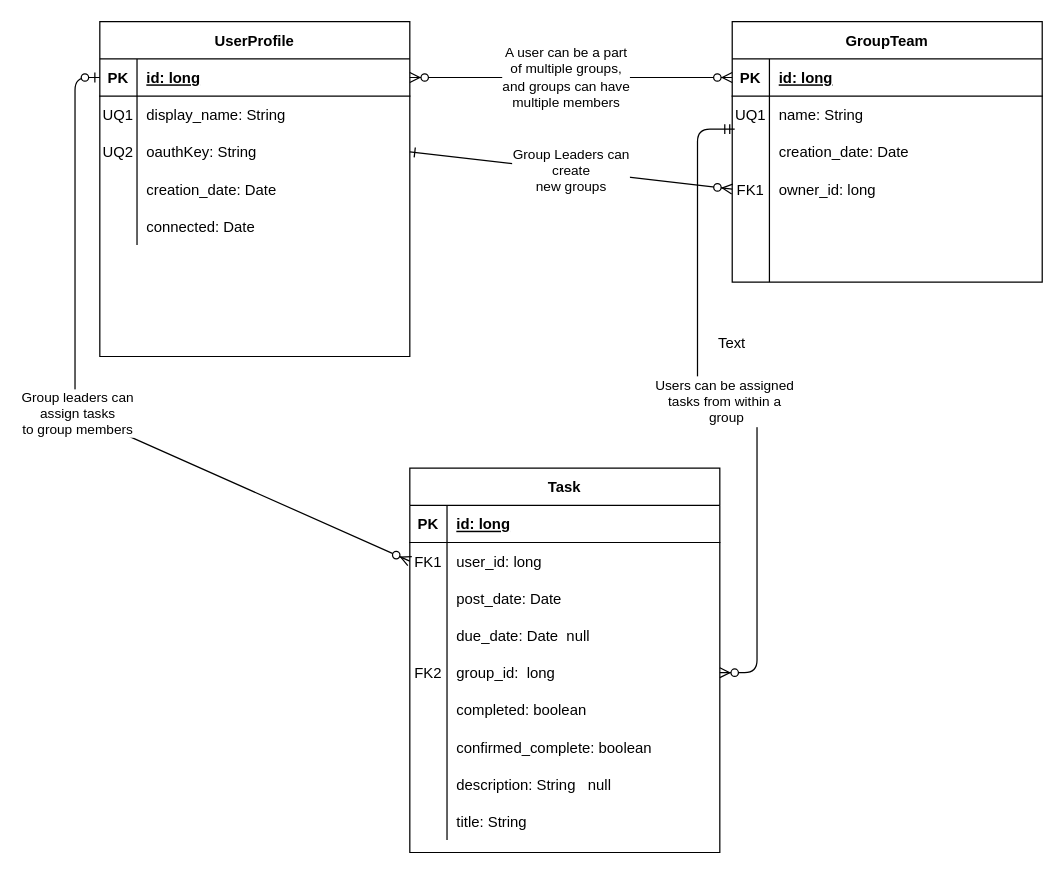
Above: docs/work/erd.drawio in team-assignments/team-assignments.github.io (draw.io), before the change. Source tidied: cells renumbered, new cells numbered last; positions are measured from the earlier drawing's top-left corner, leaving out a move shared by most shapes. Both pictures are drawn from the tidied source at 124%, with x=0, y=0 at pixel (74, 21).
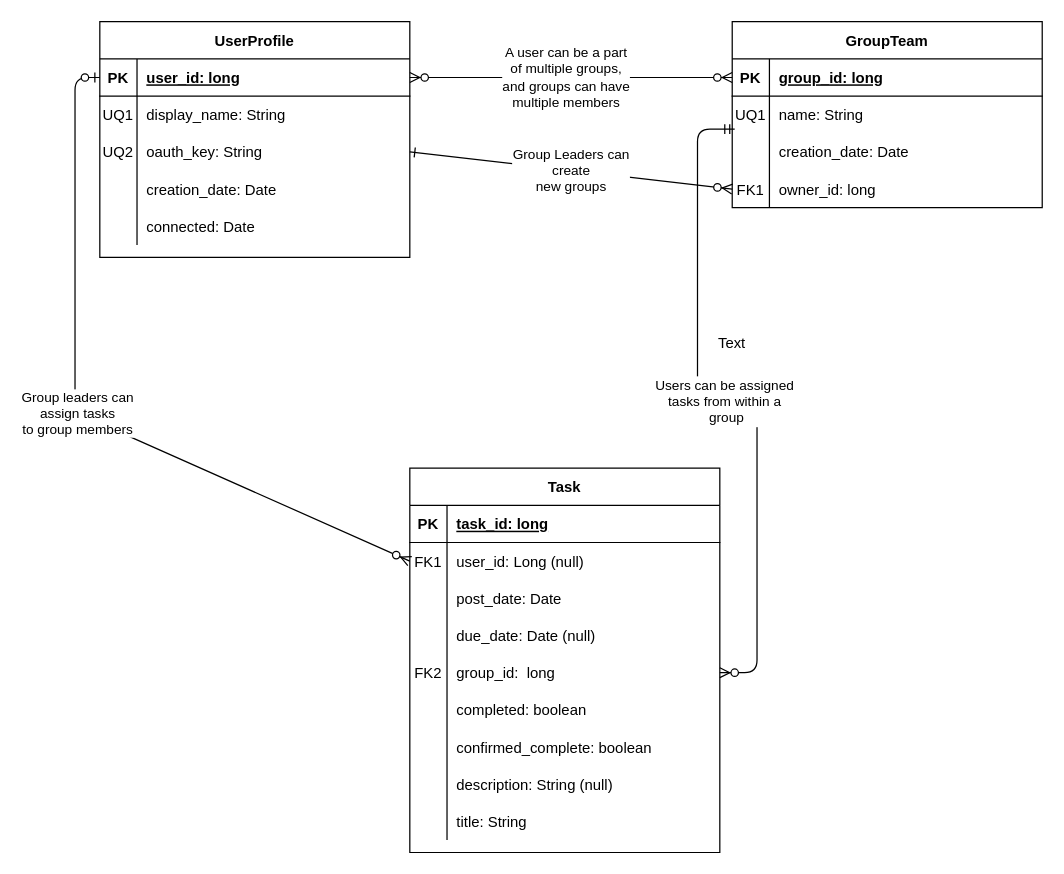
After the change.

Unchanged cells that the change refers to:
```xml
<mxCell id="7" style="shape=partialRectangle;fillColor=none;points=[[0,0.5],[1,0.5]];portConstraint=eastwest;top=0;left=0;right=0;bottom=1;" parent="6" vertex="1">
  <mxGeometry y="30" width="250" height="30" as="geometry" />
</mxCell>
<mxCell id="26" style="shape=partialRectangle;fillColor=none;top=0;left=0;right=0;bottom=1;" parent="25" vertex="1">
  <mxGeometry y="30" width="250" height="30" as="geometry" />
</mxCell>
<mxCell id="29" style="shape=partialRectangle;fillColor=none;points=[[0,0.5],[1,0.5]];portConstraint=eastwest;top=0;left=0;right=0;bottom=0;" parent="25" vertex="1">
  <mxGeometry y="60" width="250" height="30" as="geometry" />
</mxCell>
<mxCell id="35" style="shape=partialRectangle;fillColor=none;top=0;left=0;right=0;bottom=0;" parent="25" vertex="1">
  <mxGeometry y="120" width="250" height="30" as="geometry" />
</mxCell>
<mxCell id="47" style="shape=partialRectangle;fillColor=none;top=0;left=0;right=0;bottom=0;" parent="25" vertex="1">
  <mxGeometry y="240" width="250" height="30" as="geometry" />
</mxCell>
<mxCell id="54" style="shape=partialRectangle;fillColor=none;points=[[0,0.5],[1,0.5]];portConstraint=eastwest;top=0;left=0;right=0;bottom=1;" parent="53" vertex="1">
  <mxGeometry y="30" width="250" height="30" as="geometry" />
</mxCell>
<mxCell id="60" style="shape=partialRectangle;fillColor=none;points=[[0,0.5],[1,0.5]];portConstraint=eastwest;top=0;left=0;right=0;bottom=0;" parent="53" vertex="1">
  <mxGeometry y="90" width="250" height="30" as="geometry" />
</mxCell>
```

The edit, as a diff of the source:
```diff
@@
     <mxCell id="6" value="GroupTeam" style="shape=table;startSize=30;childLayout=tableLayout;rowLines=0;fontStyle=1;align=center;" parent="1" vertex="1">
-      <mxGeometry x="530" width="250" height="210" as="geometry" />
+      <mxGeometry x="530" width="250" height="150" as="geometry" />
     </mxCell>
@@
-    <mxCell id="9" value="id: long" style="shape=partialRectangle;overflow=hidden;fillColor=none;top=0;left=0;bottom=0;right=0;align=left;spacingLeft=6;fontStyle=5;" parent="7" vertex="1">
+    <mxCell id="9" value="group_id: long" style="shape=partialRectangle;overflow=hidden;fillColor=none;top=0;left=0;bottom=0;right=0;align=left;spacingLeft=6;fontStyle=5;" parent="7" vertex="1">
       <mxGeometry x="30" width="220" height="30" as="geometry" />
     </mxCell>
@@
-    <mxCell id="19" style="shape=partialRectangle;fillColor=none;top=0;left=0;right=0;bottom=0;" parent="6" vertex="1">
-      <mxGeometry y="150" width="250" height="30" as="geometry" />
-    </mxCell>
-    <mxCell id="20" style="shape=partialRectangle;overflow=hidden;fillColor=none;top=0;left=0;bottom=0;right=0;" parent="19" vertex="1">
-      <mxGeometry width="30" height="30" as="geometry" />
-    </mxCell>
-    <mxCell id="21" style="shape=partialRectangle;overflow=hidden;fillColor=none;top=0;left=0;bottom=0;right=0;align=left;spacingLeft=6;" parent="19" vertex="1">
-      <mxGeometry x="30" width="220" height="30" as="geometry" />
-    </mxCell>
-    <mxCell id="22" style="shape=partialRectangle;fillColor=none;top=0;left=0;right=0;bottom=0;" parent="6" vertex="1">
-      <mxGeometry y="180" width="250" height="30" as="geometry" />
-    </mxCell>
-    <mxCell id="23" style="shape=partialRectangle;overflow=hidden;fillColor=none;top=0;left=0;bottom=0;right=0;" parent="22" vertex="1">
-      <mxGeometry width="30" height="30" as="geometry" />
-    </mxCell>
-    <mxCell id="24" style="shape=partialRectangle;overflow=hidden;fillColor=none;top=0;left=0;bottom=0;right=0;align=left;spacingLeft=6;" parent="22" vertex="1">
-      <mxGeometry x="30" width="220" height="30" as="geometry" />
-    </mxCell>
@@
-    <mxCell id="28" value="id: long" style="shape=partialRectangle;overflow=hidden;fillColor=none;top=0;left=0;bottom=0;right=0;align=left;spacingLeft=6;fontStyle=5;" parent="26" vertex="1">
+    <mxCell id="28" value="task_id: long" style="shape=partialRectangle;overflow=hidden;fillColor=none;top=0;left=0;bottom=0;right=0;align=left;spacingLeft=6;fontStyle=5;" parent="26" vertex="1">
       <mxGeometry x="30" width="220" height="30" as="geometry" />
     </mxCell>
@@
-    <mxCell id="31" value="user_id: long " style="shape=partialRectangle;overflow=hidden;fillColor=none;top=0;left=0;bottom=0;right=0;align=left;spacingLeft=6;" parent="29" vertex="1">
+    <mxCell id="31" value="user_id: Long (null)" style="shape=partialRectangle;overflow=hidden;fillColor=none;top=0;left=0;bottom=0;right=0;align=left;spacingLeft=6;" parent="29" vertex="1">
       <mxGeometry x="30" width="220" height="30" as="geometry" />
     </mxCell>
@@
-    <mxCell id="37" value="due_date: Date  null" style="shape=partialRectangle;overflow=hidden;fillColor=none;top=0;left=0;bottom=0;right=0;align=left;spacingLeft=6;" parent="35" vertex="1">
+    <mxCell id="37" value="due_date: Date (null)" style="shape=partialRectangle;overflow=hidden;fillColor=none;top=0;left=0;bottom=0;right=0;align=left;spacingLeft=6;" parent="35" vertex="1">
       <mxGeometry x="30" width="220" height="30" as="geometry" />
     </mxCell>
@@
-    <mxCell id="49" value="description: String   null" style="shape=partialRectangle;overflow=hidden;fillColor=none;top=0;left=0;bottom=0;right=0;align=left;spacingLeft=6;" parent="47" vertex="1">
+    <mxCell id="49" value="description: String (null)" style="shape=partialRectangle;overflow=hidden;fillColor=none;top=0;left=0;bottom=0;right=0;align=left;spacingLeft=6;" parent="47" vertex="1">
       <mxGeometry x="30" width="220" height="30" as="geometry" />
     </mxCell>
@@
     <mxCell id="53" value="UserProfile" style="shape=table;startSize=30;childLayout=tableLayout;rowLines=0;fontStyle=1;align=center;" parent="1" vertex="1">
-      <mxGeometry x="20" width="250" height="270" as="geometry" />
+      <mxGeometry x="20" width="250" height="190" as="geometry" />
     </mxCell>
@@
-    <mxCell id="56" value="id: long" style="shape=partialRectangle;overflow=hidden;fillColor=none;top=0;left=0;bottom=0;right=0;align=left;spacingLeft=6;fontStyle=5;" parent="54" vertex="1">
+    <mxCell id="56" value="user_id: long" style="shape=partialRectangle;overflow=hidden;fillColor=none;top=0;left=0;bottom=0;right=0;align=left;spacingLeft=6;fontStyle=5;" parent="54" vertex="1">
       <mxGeometry x="30" width="220" height="30" as="geometry" />
     </mxCell>
@@
-    <mxCell id="62" value="oauthKey: String" style="shape=partialRectangle;overflow=hidden;fillColor=none;top=0;left=0;bottom=0;right=0;align=left;spacingLeft=6;" parent="60" vertex="1">
+    <mxCell id="62" value="oauth_key: String" style="shape=partialRectangle;overflow=hidden;fillColor=none;top=0;left=0;bottom=0;right=0;align=left;spacingLeft=6;" parent="60" vertex="1">
       <mxGeometry x="30" width="220" height="30" as="geometry" />
     </mxCell>
@@
-    <mxCell id="74" style="shape=partialRectangle;overflow=hidden;fillColor=none;top=0;left=0;bottom=0;right=0;align=left;spacingLeft=6;" parent="1" vertex="1">
-      <mxGeometry x="50" y="210" width="220" height="30" as="geometry" />
-    </mxCell>
-    <mxCell id="75" style="shape=partialRectangle;overflow=hidden;fillColor=none;top=0;left=0;bottom=0;right=0;align=left;spacingLeft=6;" parent="1" vertex="1">
-      <mxGeometry x="50" y="240" width="220" height="30" as="geometry" />
-    </mxCell>
```
